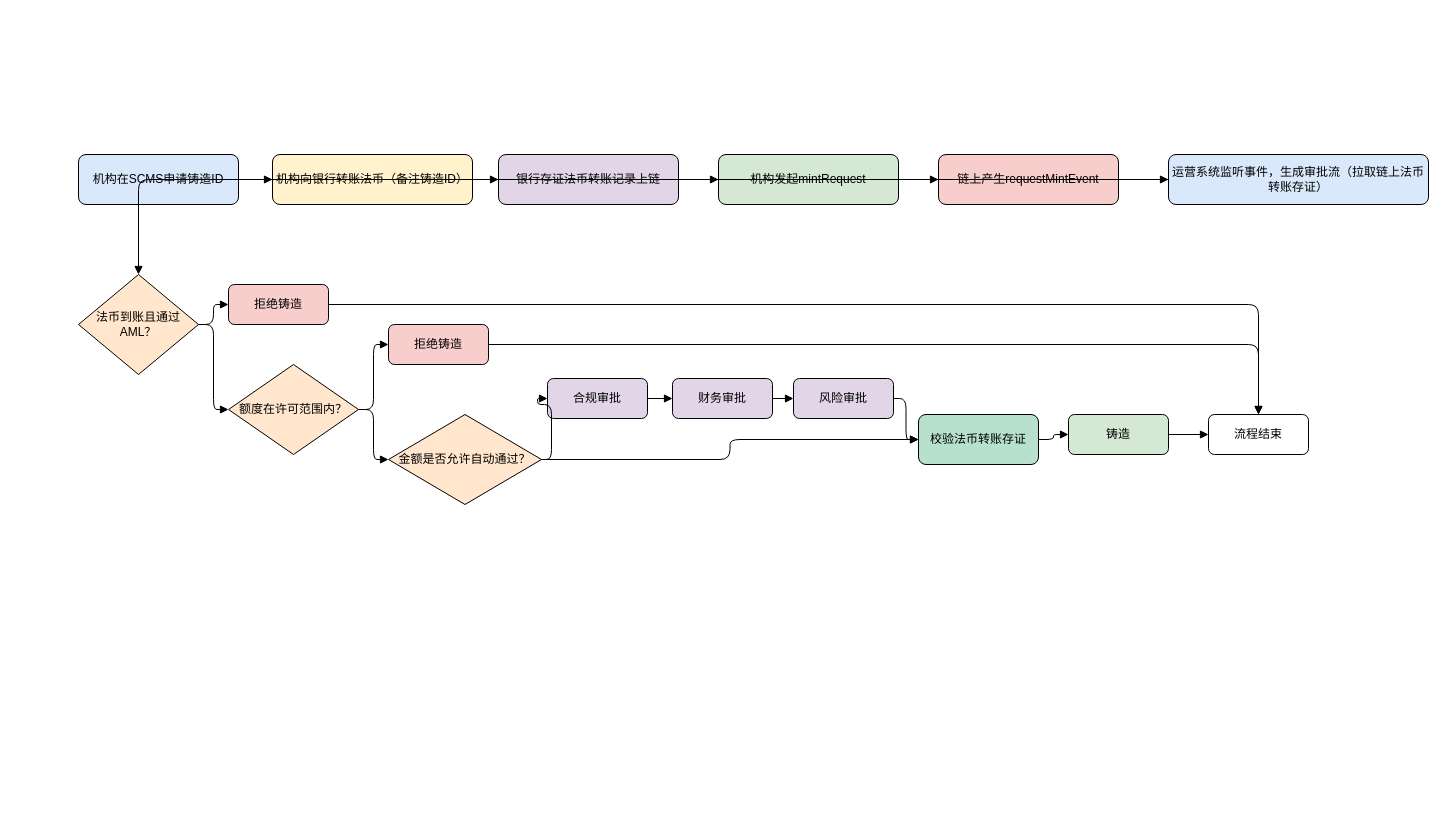
Before: mint.drawio in mingzhenliu/doc, a draw.io diagram. Source tidied: cells renumbered, new cells numbered last; positions are measured from the earlier drawing's top-left corner, leaving out a move shared by most shapes. Both pictures are drawn from the tidied source at 100%, with x=0, y=0 at pixel (78, 154).
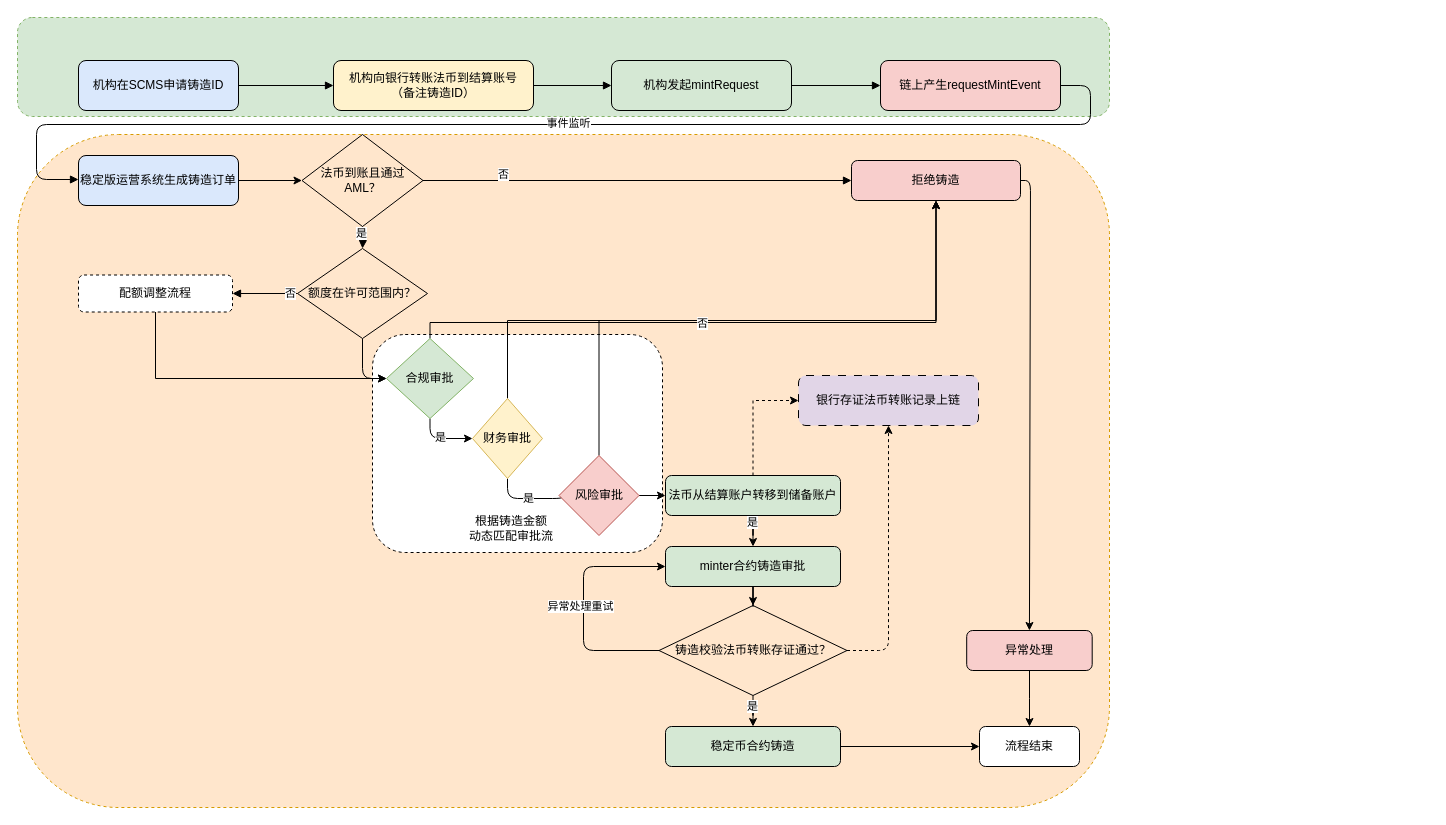
The same diagram, later.

The edit, as a diff of the source:
```diff
@@
+    <mxCell id="38" style="rounded=1;whiteSpace=wrap;html=1;dashed=1;fillColor=#ffe6cc;strokeColor=#d79b00;" parent="1" vertex="1">
+      <mxGeometry x="-61" y="-20" width="1092" height="673" as="geometry" />
+    </mxCell>
+    <mxCell id="39" style="rounded=1;whiteSpace=wrap;html=1;dashed=1;" parent="1" vertex="1">
+      <mxGeometry x="294" y="180" width="290" height="218" as="geometry" />
+    </mxCell>
+    <mxCell id="40" value="根据铸造金额&lt;div&gt;动态匹配审批流&lt;/div&gt;" style="text;html=1;align=center;verticalAlign=middle;whiteSpace=wrap;rounded=0;" parent="1" vertex="1">
+      <mxGeometry x="378" y="359" width="110" height="30" as="geometry" />
+    </mxCell>
+    <mxCell id="41" style="rounded=1;whiteSpace=wrap;html=1;dashed=1;fillColor=#d5e8d4;strokeColor=#82b366;" parent="1" vertex="1">
+      <mxGeometry x="-61" y="-137" width="1092" height="99" as="geometry" />
+    </mxCell>
-    <mxCell id="2" value="机构在SCMS申请铸造ID" style="rounded=1;whiteSpace=wrap;html=1;fillColor=#dae8fc;" parent="1" vertex="1">
-      <mxGeometry width="160" height="50" as="geometry" />
+    <mxCell id="2" value="机构在SCMS申请铸造ID" style="rounded=1;whiteSpace=wrap;html=1;fillColor=#dae8fc;flipH=0;" parent="1" vertex="1">
+      <mxGeometry y="-94" width="160" height="50" as="geometry" />
     </mxCell>
-    <mxCell id="3" value="机构向银行转账法币（备注铸造ID）" style="rounded=1;whiteSpace=wrap;html=1;fillColor=#fff2cc;" parent="1" vertex="1">
-      <mxGeometry x="194" width="200" height="50" as="geometry" />
+    <mxCell id="3" value="机构向银行转账法币到结算账号&lt;div&gt;（备注铸造ID）&lt;/div&gt;" style="rounded=1;whiteSpace=wrap;html=1;fillColor=#fff2cc;flipH=0;" parent="1" vertex="1">
+      <mxGeometry x="255" y="-94" width="200" height="50" as="geometry" />
     </mxCell>
-    <mxCell id="4" value="银行存证法币转账记录上链" style="rounded=1;whiteSpace=wrap;html=1;fillColor=#e1d5e7;" parent="1" vertex="1">
-      <mxGeometry x="420" width="180" height="50" as="geometry" />
+    <mxCell id="4" value="银行存证法币转账记录上链" style="rounded=1;whiteSpace=wrap;html=1;fillColor=#e1d5e7;dashed=1;dashPattern=8 8;" parent="1" vertex="1">
+      <mxGeometry x="720" y="221" width="180" height="50" as="geometry" />
     </mxCell>
-    <mxCell id="5" value="机构发起mintRequest" style="rounded=1;whiteSpace=wrap;html=1;fillColor=#d5e8d4;" parent="1" vertex="1">
-      <mxGeometry x="640" width="180" height="50" as="geometry" />
+    <mxCell id="5" value="机构发起mintRequest" style="rounded=1;whiteSpace=wrap;html=1;fillColor=#d5e8d4;flipH=0;" parent="1" vertex="1">
+      <mxGeometry x="533" y="-94" width="180" height="50" as="geometry" />
     </mxCell>
-    <mxCell id="6" value="链上产生requestMintEvent" style="rounded=1;whiteSpace=wrap;html=1;fillColor=#f8cecc;" parent="1" vertex="1">
-      <mxGeometry x="860" width="180" height="50" as="geometry" />
+    <mxCell id="6" value="链上产生requestMintEvent" style="rounded=1;whiteSpace=wrap;html=1;fillColor=#f8cecc;flipH=0;" parent="1" vertex="1">
+      <mxGeometry x="802" y="-94" width="180" height="50" as="geometry" />
     </mxCell>
+    <mxCell id="24" style="edgeStyle=orthogonalEdgeStyle;rounded=0;jettySize=auto;html=1;" parent="1" edge="1" source="7" target="8">
+      <mxGeometry relative="1" as="geometry" />
+    </mxCell>
-    <mxCell id="7" value="运营系统监听事件，生成审批流（拉取链上法币转账存证）" style="rounded=1;whiteSpace=wrap;html=1;fillColor=#dae8fc;" parent="1" vertex="1">
-      <mxGeometry x="1090" width="260" height="50" as="geometry" />
+    <mxCell id="7" value="稳定版运营系统&lt;span style=&quot;background-color: transparent; color: light-dark(rgb(0, 0, 0), rgb(255, 255, 255));&quot;&gt;生成铸造订单&lt;/span&gt;" style="rounded=1;whiteSpace=wrap;html=1;fillColor=#dae8fc;" parent="1" vertex="1">
+      <mxGeometry y="1" width="160" height="50" as="geometry" />
     </mxCell>
     <mxCell id="8" value="法币到账且通过AML？" style="rhombus;whiteSpace=wrap;html=1;fillColor=#ffe6cc;" parent="1" vertex="1">
-      <mxGeometry y="120" width="120" height="100" as="geometry" />
+      <mxGeometry x="223.5" y="-20" width="121" height="92" as="geometry" />
     </mxCell>
-    <mxCell id="9" value="拒绝铸造" style="rounded=1;whiteSpace=wrap;html=1;fillColor=#f8cecc;" parent="1" vertex="1">
-      <mxGeometry x="150" y="130" width="100" height="40" as="geometry" />
-    </mxCell>
+    <mxCell id="42" style="edgeStyle=orthogonalEdgeStyle;rounded=1;jettySize=auto;html=1;entryX=0;entryY=0.5;entryDx=0;entryDy=0;curved=0;" parent="1" edge="1" source="10" target="13">
+      <mxGeometry relative="1" as="geometry" />
+    </mxCell>
     <mxCell id="10" value="额度在许可范围内？" style="rhombus;whiteSpace=wrap;html=1;fillColor=#ffe6cc;" parent="1" vertex="1">
-      <mxGeometry x="150" y="210" width="130" height="90" as="geometry" />
+      <mxGeometry x="219" y="94" width="130" height="90" as="geometry" />
     </mxCell>
+    <mxCell id="43" style="edgeStyle=orthogonalEdgeStyle;rounded=1;jettySize=auto;html=1;curved=0;entryX=0.5;entryY=0;entryDx=0;entryDy=0;" parent="1" edge="1" source="11" target="70">
+      <mxGeometry relative="1" as="geometry">
+        <Array as="points">
+          <mxPoint x="952" y="26" />
+        </Array>
+      </mxGeometry>
+    </mxCell>
     <mxCell id="11" value="拒绝铸造" style="rounded=1;whiteSpace=wrap;html=1;fillColor=#f8cecc;" parent="1" vertex="1">
-      <mxGeometry x="310" y="170" width="100" height="40" as="geometry" />
+      <mxGeometry x="773" y="6" width="169" height="40" as="geometry" />
     </mxCell>
-    <mxCell id="12" value="金额是否允许自动通过？" style="rhombus;whiteSpace=wrap;html=1;fillColor=#ffe6cc;" parent="1" vertex="1">
-      <mxGeometry x="310" y="260" width="153" height="90" as="geometry" />
-    </mxCell>
-    <mxCell id="13" value="合规审批" style="rounded=1;whiteSpace=wrap;html=1;fillColor=#e1d5e7;" parent="1" vertex="1">
-      <mxGeometry x="469" y="224" width="100" height="40" as="geometry" />
-    </mxCell>
-    <mxCell id="14" value="财务审批" style="rounded=1;whiteSpace=wrap;html=1;fillColor=#e1d5e7;" parent="1" vertex="1">
-      <mxGeometry x="594" y="224" width="100" height="40" as="geometry" />
-    </mxCell>
-    <mxCell id="15" value="风险审批" style="rounded=1;whiteSpace=wrap;html=1;fillColor=#e1d5e7;" parent="1" vertex="1">
-      <mxGeometry x="715" y="224" width="100" height="40" as="geometry" />
-    </mxCell>
-    <mxCell id="16" value="校验法币转账存证" style="rounded=1;whiteSpace=wrap;html=1;fillColor=#b7e1cd;" parent="1" vertex="1">
-      <mxGeometry x="840" y="260" width="120" height="50" as="geometry" />
-    </mxCell>
+    <mxCell id="44" style="edgeStyle=orthogonalEdgeStyle;rounded=0;jettySize=auto;html=1;exitX=0.5;exitY=0;exitDx=0;exitDy=0;dashed=1;entryX=0;entryY=0.5;entryDx=0;entryDy=0;" parent="1" edge="1" source="17" target="4">
+      <mxGeometry relative="1" as="geometry" />
+    </mxCell>
+    <mxCell id="45" style="edgeStyle=orthogonalEdgeStyle;rounded=0;jettySize=auto;html=1;" parent="1" edge="1" source="17" target="64">
+      <mxGeometry relative="1" as="geometry" />
+    </mxCell>
+    <mxCell id="46" value="是" style="edgeLabel;html=1;align=center;verticalAlign=middle;" parent="45" vertex="1">
+      <mxGeometry x="-0.77" y="-1" relative="1" as="geometry" />
+    </mxCell>
-    <mxCell id="17" value="铸造" style="rounded=1;whiteSpace=wrap;html=1;fillColor=#d5e8d4;" parent="1" vertex="1">
-      <mxGeometry x="990" y="260" width="100" height="40" as="geometry" />
+    <mxCell id="17" value="法币从结算账户转移到储备账户" style="rounded=1;whiteSpace=wrap;html=1;fillColor=#d5e8d4;" parent="1" vertex="1">
+      <mxGeometry x="587" y="321" width="175" height="40" as="geometry" />
     </mxCell>
     <mxCell id="18" value="流程结束" style="rounded=1;whiteSpace=wrap;html=1;fillColor=#ffffff;" parent="1" vertex="1">
-      <mxGeometry x="1130" y="260" width="100" height="40" as="geometry" />
+      <mxGeometry x="901" y="572" width="100" height="40" as="geometry" />
     </mxCell>
@@
-    <mxCell id="20" style="edgeStyle=orthogonalEdgeStyle;endArrow=block;html=1;" parent="1" edge="1" source="3" target="4">
+    <mxCell id="20" style="edgeStyle=orthogonalEdgeStyle;endArrow=block;html=1;entryX=0;entryY=0.5;entryDx=0;entryDy=0;" parent="1" edge="1" source="3" target="5">
       <mxGeometry relative="1" as="geometry" />
     </mxCell>
-    <mxCell id="21" style="edgeStyle=orthogonalEdgeStyle;endArrow=block;html=1;" parent="1" edge="1" source="4" target="5">
-      <mxGeometry relative="1" as="geometry" />
-    </mxCell>
@@
-    <mxCell id="23" style="edgeStyle=orthogonalEdgeStyle;endArrow=block;html=1;" parent="1" edge="1" source="6" target="7">
-      <mxGeometry relative="1" as="geometry" />
+    <mxCell id="23" style="edgeStyle=orthogonalEdgeStyle;endArrow=block;html=1;exitX=1;exitY=0.5;exitDx=0;exitDy=0;" parent="1" edge="1" source="6" target="7">
+      <mxGeometry relative="1" as="geometry">
+        <Array as="points">
+          <mxPoint x="1012" y="-69" />
+          <mxPoint x="1012" y="-30" />
+          <mxPoint x="-42" y="-30" />
+          <mxPoint x="-42" y="25" />
+          <mxPoint x="12" y="25" />
+          <mxPoint x="-12" y="26" />
+        </Array>
+      </mxGeometry>
     </mxCell>
-    <mxCell id="24" style="edgeStyle=orthogonalEdgeStyle;endArrow=block;html=1;" parent="1" edge="1" source="7" target="8">
-      <mxGeometry relative="1" as="geometry" />
-    </mxCell>
+    <mxCell id="47" value="事件监听" style="edgeLabel;html=1;align=center;verticalAlign=middle;" parent="23" vertex="1">
+      <mxGeometry x="-0.03" y="-2" relative="1" as="geometry" />
+    </mxCell>
-    <mxCell id="25" style="edgeStyle=orthogonalEdgeStyle;endArrow=block;html=1;label=否;" parent="1" edge="1" source="8" target="9">
+    <mxCell id="25" style="edgeStyle=orthogonalEdgeStyle;endArrow=block;html=1;label=否;entryX=0;entryY=0.5;entryDx=0;entryDy=0;" parent="1" edge="1" source="8" target="11">
       <mxGeometry relative="1" as="geometry" />
     </mxCell>
+    <mxCell id="48" value="否" style="edgeLabel;html=1;align=center;verticalAlign=middle;" parent="25" vertex="1">
+      <mxGeometry x="-0.63" y="7" relative="1" as="geometry">
+        <mxPoint x="1" as="offset" />
+      </mxGeometry>
+    </mxCell>
-    <mxCell id="26" style="edgeStyle=orthogonalEdgeStyle;endArrow=block;html=1;" parent="1" edge="1" source="8" target="10">
-      <mxGeometry relative="1" as="geometry" />
+    <mxCell id="26" style="edgeStyle=orthogonalEdgeStyle;endArrow=block;html=1;exitX=0.5;exitY=1;exitDx=0;exitDy=0;" parent="1" edge="1" target="10">
+      <mxGeometry relative="1" as="geometry">
+        <mxPoint x="284" y="72" as="sourcePoint" />
+      </mxGeometry>
     </mxCell>
+    <mxCell id="49" value="是" style="edgeLabel;html=1;align=center;verticalAlign=middle;" parent="26" vertex="1">
+      <mxGeometry x="-0.51" y="-2" relative="1" as="geometry" />
+    </mxCell>
-    <mxCell id="27" style="edgeStyle=orthogonalEdgeStyle;endArrow=block;html=1;label=否;" parent="1" edge="1" source="10" target="11">
+    <mxCell id="27" style="edgeStyle=orthogonalEdgeStyle;endArrow=block;html=1;label=否;entryX=1;entryY=0.5;entryDx=0;entryDy=0;" parent="1" edge="1" source="10" target="68">
       <mxGeometry relative="1" as="geometry" />
     </mxCell>
-    <mxCell id="28" style="edgeStyle=orthogonalEdgeStyle;endArrow=block;html=1;" parent="1" edge="1" source="10" target="12">
-      <mxGeometry relative="1" as="geometry" />
-    </mxCell>
-    <mxCell id="29" style="edgeStyle=orthogonalEdgeStyle;endArrow=block;html=1;" parent="1" edge="1" source="12" target="16">
-      <mxGeometry relative="1" as="geometry" />
-    </mxCell>
-    <mxCell id="30" style="edgeStyle=orthogonalEdgeStyle;endArrow=block;html=1;" parent="1" edge="1" source="12" target="13">
-      <mxGeometry relative="1" as="geometry" />
-    </mxCell>
+    <mxCell id="50" value="否" style="edgeLabel;html=1;align=center;verticalAlign=middle;" parent="27" vertex="1">
+      <mxGeometry x="-0.75" y="-1" relative="1" as="geometry" />
+    </mxCell>
+    <mxCell id="51" style="edgeStyle=orthogonalEdgeStyle;rounded=0;jettySize=auto;html=1;entryX=0.5;entryY=1;entryDx=0;entryDy=0;" parent="1" edge="1" source="14" target="11">
+      <mxGeometry relative="1" as="geometry">
+        <Array as="points">
+          <mxPoint x="540" y="166" />
+          <mxPoint x="892" y="166" />
+        </Array>
+      </mxGeometry>
+    </mxCell>
+    <mxCell id="32" value="是" style="edgeStyle=orthogonalEdgeStyle;rounded=1;jettySize=auto;html=1;entryX=0;entryY=0.5;entryDx=0;entryDy=0;exitX=0.5;exitY=1;exitDx=0;exitDy=0;curved=0;" parent="1" edge="1" source="14" target="15">
+      <mxGeometry relative="1" as="geometry" />
+    </mxCell>
+    <mxCell id="14" value="财务审批" style="rhombus;whiteSpace=wrap;html=1;fillColor=#fff2cc;strokeColor=#d6b656;" parent="1" vertex="1">
+      <mxGeometry x="394" y="244" width="70" height="80" as="geometry" />
+    </mxCell>
-    <mxCell id="31" style="edgeStyle=orthogonalEdgeStyle;endArrow=block;html=1;" parent="1" edge="1" source="13" target="14">
+    <mxCell id="31" style="edgeStyle=orthogonalEdgeStyle;rounded=1;jettySize=auto;html=1;exitX=0.5;exitY=1;exitDx=0;exitDy=0;curved=0;entryX=0;entryY=0.5;entryDx=0;entryDy=0;" parent="1" edge="1" source="13" target="14">
       <mxGeometry relative="1" as="geometry" />
     </mxCell>
-    <mxCell id="32" style="edgeStyle=orthogonalEdgeStyle;endArrow=block;html=1;" parent="1" edge="1" source="14" target="15">
-      <mxGeometry relative="1" as="geometry" />
-    </mxCell>
-    <mxCell id="33" style="edgeStyle=orthogonalEdgeStyle;endArrow=block;html=1;" parent="1" edge="1" source="15" target="16">
-      <mxGeometry relative="1" as="geometry" />
-    </mxCell>
-    <mxCell id="34" style="edgeStyle=orthogonalEdgeStyle;endArrow=block;html=1;" parent="1" edge="1" source="16" target="17">
-      <mxGeometry relative="1" as="geometry" />
-    </mxCell>
-    <mxCell id="35" style="edgeStyle=orthogonalEdgeStyle;endArrow=block;html=1;" parent="1" edge="1" source="17" target="18">
-      <mxGeometry relative="1" as="geometry" />
-    </mxCell>
-    <mxCell id="36" style="edgeStyle=orthogonalEdgeStyle;endArrow=block;html=1;" parent="1" edge="1" source="9" target="18">
-      <mxGeometry relative="1" as="geometry" />
-    </mxCell>
-    <mxCell id="37" style="edgeStyle=orthogonalEdgeStyle;endArrow=block;html=1;" parent="1" edge="1" source="11" target="18">
-      <mxGeometry relative="1" as="geometry" />
-    </mxCell>
+    <mxCell id="52" value="是" style="edgeLabel;html=1;align=center;verticalAlign=middle;" parent="31" vertex="1">
+      <mxGeometry x="-0.07" y="2" relative="1" as="geometry">
+        <mxPoint x="1" as="offset" />
+      </mxGeometry>
+    </mxCell>
+    <mxCell id="53" style="edgeStyle=orthogonalEdgeStyle;rounded=0;jettySize=auto;html=1;entryX=0.5;entryY=1;entryDx=0;entryDy=0;" parent="1" edge="1" source="13" target="11">
+      <mxGeometry relative="1" as="geometry">
+        <Array as="points">
+          <mxPoint x="352" y="168" />
+          <mxPoint x="858" y="168" />
+        </Array>
+      </mxGeometry>
+    </mxCell>
+    <mxCell id="13" value="合规审批" style="rhombus;whiteSpace=wrap;html=1;fillColor=#d5e8d4;strokeColor=#82b366;" parent="1" vertex="1">
+      <mxGeometry x="308" y="184" width="87" height="80" as="geometry" />
+    </mxCell>
+    <mxCell id="54" style="edgeStyle=orthogonalEdgeStyle;rounded=0;jettySize=auto;html=1;entryX=0.5;entryY=1;entryDx=0;entryDy=0;" parent="1" edge="1" source="15" target="11">
+      <mxGeometry relative="1" as="geometry">
+        <Array as="points">
+          <mxPoint x="649" y="166" />
+          <mxPoint x="892" y="166" />
+        </Array>
+      </mxGeometry>
+    </mxCell>
+    <mxCell id="55" value="否" style="edgeLabel;html=1;align=center;verticalAlign=middle;" parent="54" vertex="1">
+      <mxGeometry x="-0.2" y="-2" relative="1" as="geometry">
+        <mxPoint x="1" as="offset" />
+      </mxGeometry>
+    </mxCell>
+    <mxCell id="56" style="edgeStyle=orthogonalEdgeStyle;rounded=0;jettySize=auto;html=1;" parent="1" edge="1" source="15" target="17">
+      <mxGeometry relative="1" as="geometry" />
+    </mxCell>
+    <mxCell id="15" value="风险审批" style="rhombus;whiteSpace=wrap;html=1;fillColor=#f8cecc;strokeColor=#b85450;" parent="1" vertex="1">
+      <mxGeometry x="480.5" y="301" width="80" height="80" as="geometry" />
+    </mxCell>
+    <mxCell id="57" style="edgeStyle=orthogonalEdgeStyle;rounded=0;jettySize=auto;html=1;" parent="1" edge="1" source="62" target="66">
+      <mxGeometry relative="1" as="geometry" />
+    </mxCell>
+    <mxCell id="58" value="是" style="edgeLabel;html=1;align=center;verticalAlign=middle;" parent="57" vertex="1">
+      <mxGeometry x="0.17" y="-1" relative="1" as="geometry">
+        <mxPoint y="-1" as="offset" />
+      </mxGeometry>
+    </mxCell>
+    <mxCell id="59" style="edgeStyle=orthogonalEdgeStyle;rounded=1;jettySize=auto;html=1;curved=0;entryX=0;entryY=0.5;entryDx=0;entryDy=0;" parent="1" edge="1" source="62" target="64">
+      <mxGeometry relative="1" as="geometry">
+        <Array as="points">
+          <mxPoint x="505" y="496" />
+          <mxPoint x="505" y="412" />
+        </Array>
+      </mxGeometry>
+    </mxCell>
+    <mxCell id="60" value="异常处理重试" style="edgeLabel;html=1;align=center;verticalAlign=middle;" parent="59" vertex="1">
+      <mxGeometry x="-0.01" y="4" relative="1" as="geometry" />
+    </mxCell>
+    <mxCell id="61" style="edgeStyle=orthogonalEdgeStyle;rounded=1;jettySize=auto;html=1;entryX=0.5;entryY=1;entryDx=0;entryDy=0;exitX=1;exitY=0.5;exitDx=0;exitDy=0;dashed=1;curved=0;" parent="1" edge="1" source="62" target="4">
+      <mxGeometry relative="1" as="geometry" />
+    </mxCell>
+    <mxCell id="62" value="铸造校验法币转账存证通过？" style="rhombus;whiteSpace=wrap;html=1;fillColor=#ffe6cc;" parent="1" vertex="1">
+      <mxGeometry x="580.5" y="451" width="188" height="90" as="geometry" />
+    </mxCell>
+    <mxCell id="63" style="edgeStyle=orthogonalEdgeStyle;rounded=0;jettySize=auto;html=1;" parent="1" edge="1" source="64" target="62">
+      <mxGeometry relative="1" as="geometry" />
+    </mxCell>
+    <mxCell id="64" value="minter合约铸造审批" style="rounded=1;whiteSpace=wrap;html=1;fillColor=#d5e8d4;" parent="1" vertex="1">
+      <mxGeometry x="587" y="392" width="175" height="40" as="geometry" />
+    </mxCell>
+    <mxCell id="65" style="edgeStyle=orthogonalEdgeStyle;rounded=0;jettySize=auto;html=1;entryX=0;entryY=0.5;entryDx=0;entryDy=0;" parent="1" edge="1" source="66" target="18">
+      <mxGeometry relative="1" as="geometry" />
+    </mxCell>
+    <mxCell id="66" value="稳定币合约铸造" style="rounded=1;whiteSpace=wrap;html=1;fillColor=#d5e8d4;" parent="1" vertex="1">
+      <mxGeometry x="587" y="572" width="175" height="40" as="geometry" />
+    </mxCell>
+    <mxCell id="67" style="edgeStyle=orthogonalEdgeStyle;rounded=0;jettySize=auto;html=1;entryX=0;entryY=0.5;entryDx=0;entryDy=0;exitX=0.5;exitY=1;exitDx=0;exitDy=0;" parent="1" edge="1" source="68" target="13">
+      <mxGeometry relative="1" as="geometry" />
+    </mxCell>
+    <mxCell id="68" value="配额调整流程" style="rounded=1;whiteSpace=wrap;html=1;dashed=1;" parent="1" vertex="1">
+      <mxGeometry y="120.5" width="154" height="37" as="geometry" />
+    </mxCell>
+    <mxCell id="69" style="edgeStyle=orthogonalEdgeStyle;rounded=0;jettySize=auto;html=1;" parent="1" edge="1" source="70" target="18">
+      <mxGeometry relative="1" as="geometry" />
+    </mxCell>
+    <mxCell id="70" value="异常处理" style="rounded=1;whiteSpace=wrap;html=1;fillColor=#f8cecc;" parent="1" vertex="1">
+      <mxGeometry x="888.2" y="476" width="125.5" height="40" as="geometry" />
+    </mxCell>
```
